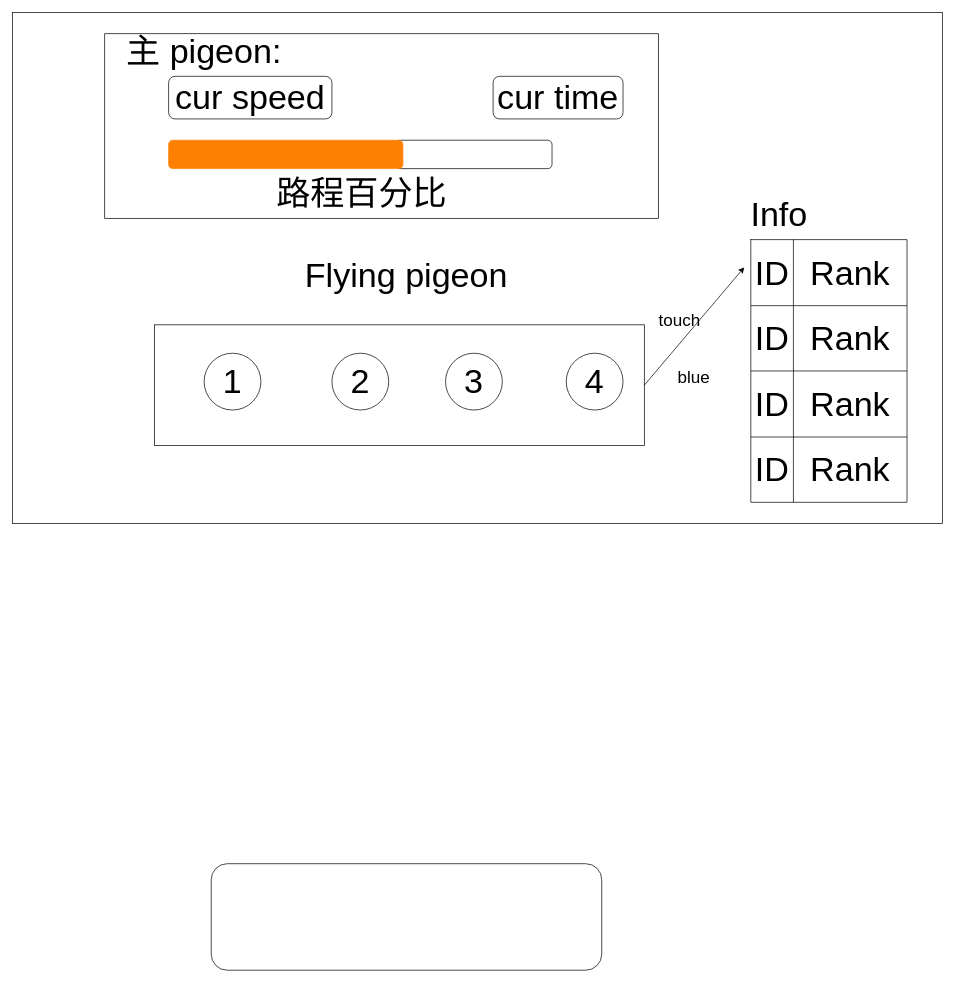
pengzhen80/PigeonRace keeps this draw.io diagram as 3d演示UI設計.drawio. Above is the earlier version. Source tidied: cells renumbered, new cells numbered last; positions are measured from the earlier drawing's top-left corner, leaving out a move shared by most shapes. Both pictures are drawn from the tidied source at 71%, with x=0, y=0 at pixel (12, 12).
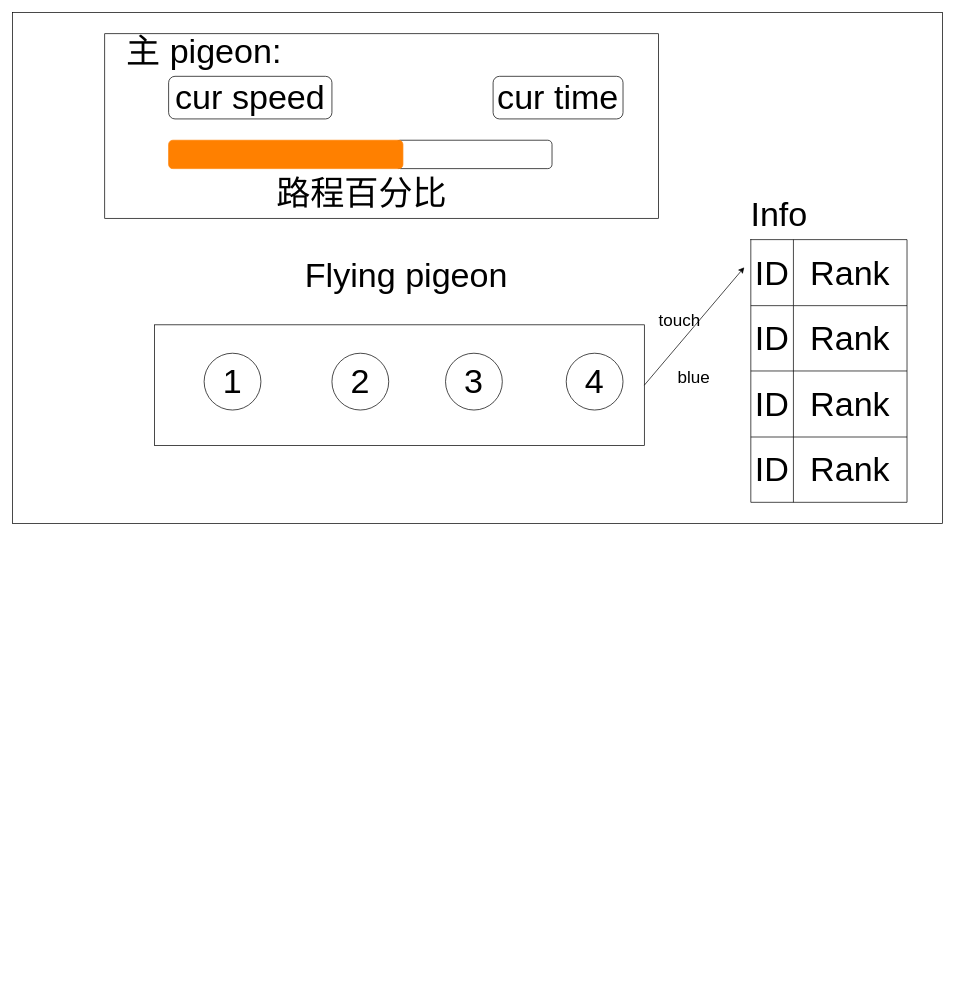
The same page after the edit.

What changed in the source:
```diff
@@
-    <mxCell id="28" style="rounded=1;whiteSpace=wrap;html=1;fontSize=24;" parent="1" vertex="1">
-      <mxGeometry x="280" y="1199" width="550" height="150" as="geometry" />
-    </mxCell>
```
